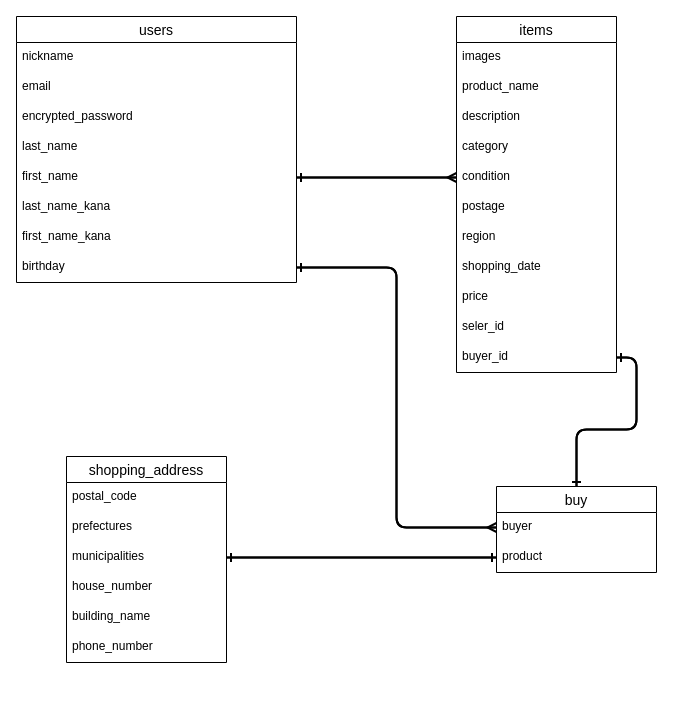
The draw.io diagram furima.dio in iganao/furima-36575, before the edit. Source tidied: cells renumbered, new cells numbered last; positions are measured from the earlier drawing's top-left corner, leaving out a move shared by most shapes. Both pictures are drawn from the tidied source at 100%, with x=0, y=0 at pixel (16, 16).
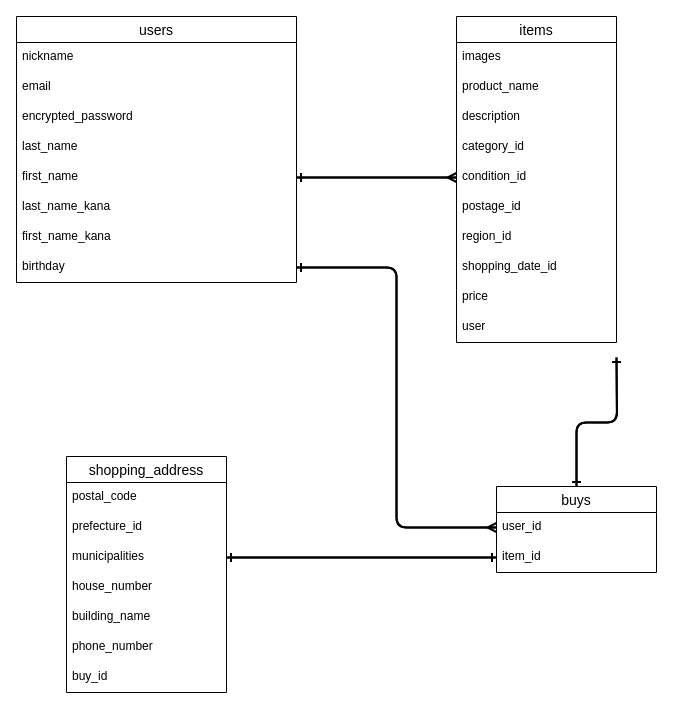
Above is the later version.

Diff of the diagram source:
```diff
@@
     <mxCell id="11" value="items" style="swimlane;fontStyle=0;horizontal=1;startSize=26;align=center;fontSize=14;" parent="1" vertex="1">
-      <mxGeometry x="440" width="160" height="356" as="geometry" />
+      <mxGeometry x="440" width="160" height="326" as="geometry" />
     </mxCell>
@@
-    <mxCell id="15" value="category" style="text;strokeColor=none;fillColor=none;spacingLeft=4;spacingRight=4;overflow=hidden;fontSize=12;" parent="11" vertex="1">
+    <mxCell id="15" value="category_id" style="text;strokeColor=none;fillColor=none;spacingLeft=4;spacingRight=4;overflow=hidden;fontSize=12;" parent="11" vertex="1">
       <mxGeometry y="116" width="160" height="30" as="geometry" />
     </mxCell>
-    <mxCell id="16" value="condition" style="text;strokeColor=none;fillColor=none;spacingLeft=4;spacingRight=4;overflow=hidden;points=[[0,0.5],[1,0.5]];portConstraint=eastwest;fontSize=12;" parent="11" vertex="1">
+    <mxCell id="16" value="condition_id" style="text;strokeColor=none;fillColor=none;spacingLeft=4;spacingRight=4;overflow=hidden;points=[[0,0.5],[1,0.5]];portConstraint=eastwest;fontSize=12;" parent="11" vertex="1">
       <mxGeometry y="146" width="160" height="30" as="geometry" />
     </mxCell>
-    <mxCell id="17" value="postage" style="text;strokeColor=none;fillColor=none;spacingLeft=4;spacingRight=4;overflow=hidden;fontSize=12;" parent="11" vertex="1">
+    <mxCell id="17" value="postage_id" style="text;strokeColor=none;fillColor=none;spacingLeft=4;spacingRight=4;overflow=hidden;fontSize=12;" parent="11" vertex="1">
       <mxGeometry y="176" width="160" height="30" as="geometry" />
     </mxCell>
-    <mxCell id="18" value="region" style="text;strokeColor=none;fillColor=none;spacingLeft=4;spacingRight=4;overflow=hidden;fontSize=12;" parent="11" vertex="1">
+    <mxCell id="18" value="region_id" style="text;strokeColor=none;fillColor=none;spacingLeft=4;spacingRight=4;overflow=hidden;fontSize=12;" parent="11" vertex="1">
       <mxGeometry y="206" width="160" height="30" as="geometry" />
     </mxCell>
-    <mxCell id="19" value="shopping_date" style="text;strokeColor=none;fillColor=none;spacingLeft=4;spacingRight=4;overflow=hidden;fontSize=12;" parent="11" vertex="1">
+    <mxCell id="19" value="shopping_date_id" style="text;strokeColor=none;fillColor=none;spacingLeft=4;spacingRight=4;overflow=hidden;fontSize=12;" parent="11" vertex="1">
       <mxGeometry y="236" width="160" height="30" as="geometry" />
     </mxCell>
@@
-    <mxCell id="21" value="seler_id" style="text;strokeColor=none;fillColor=none;spacingLeft=4;spacingRight=4;overflow=hidden;fontSize=12;" parent="11" vertex="1">
+    <mxCell id="21" value="user" style="text;strokeColor=none;fillColor=none;spacingLeft=4;spacingRight=4;overflow=hidden;fontSize=12;" parent="11" vertex="1">
       <mxGeometry y="296" width="160" height="30" as="geometry" />
     </mxCell>
-    <mxCell id="22" value="buyer_id" style="text;strokeColor=none;fillColor=none;spacingLeft=4;spacingRight=4;overflow=hidden;points=[[0,0.5],[1,0.5]];portConstraint=eastwest;fontSize=12;" parent="11" vertex="1">
-      <mxGeometry y="326" width="160" height="30" as="geometry" />
-    </mxCell>
-    <mxCell id="23" style="edgeStyle=orthogonalEdgeStyle;rounded=1;jettySize=auto;html=1;exitX=0.5;exitY=0;exitDx=0;exitDy=0;entryX=1;entryY=0.5;entryDx=0;entryDy=0;endArrow=ERone;endFill=0;strokeWidth=2;" parent="1" edge="1" source="24" target="22">
-      <mxGeometry relative="1" as="geometry" />
+    <mxCell id="23" style="edgeStyle=orthogonalEdgeStyle;rounded=1;jettySize=auto;html=1;exitX=0.5;exitY=0;exitDx=0;exitDy=0;entryX=1;entryY=0.5;entryDx=0;entryDy=0;endArrow=ERone;endFill=0;strokeWidth=2;" parent="1" edge="1" source="24">
+      <mxGeometry relative="1" as="geometry">
+        <mxPoint x="600" y="341" as="targetPoint" />
+      </mxGeometry>
     </mxCell>
-    <mxCell id="24" value="buy" style="swimlane;fontStyle=0;horizontal=1;startSize=26;align=center;fontSize=14;" parent="1" vertex="1">
+    <mxCell id="24" value="buys" style="swimlane;fontStyle=0;horizontal=1;startSize=26;align=center;fontSize=14;" parent="1" vertex="1">
       <mxGeometry x="480" y="470" width="160" height="86" as="geometry" />
     </mxCell>
-    <mxCell id="25" value="buyer" style="text;strokeColor=none;fillColor=none;spacingLeft=4;spacingRight=4;overflow=hidden;points=[[0,0.5],[1,0.5]];portConstraint=eastwest;fontSize=12;" parent="24" vertex="1">
+    <mxCell id="25" value="user_id" style="text;strokeColor=none;fillColor=none;spacingLeft=4;spacingRight=4;overflow=hidden;points=[[0,0.5],[1,0.5]];portConstraint=eastwest;fontSize=12;" parent="24" vertex="1">
       <mxGeometry y="26" width="160" height="30" as="geometry" />
     </mxCell>
-    <mxCell id="26" value="product" style="text;strokeColor=none;fillColor=none;spacingLeft=4;spacingRight=4;overflow=hidden;points=[[0,0.5],[1,0.5]];portConstraint=eastwest;fontSize=12;" parent="24" vertex="1">
+    <mxCell id="26" value="item_id" style="text;strokeColor=none;fillColor=none;spacingLeft=4;spacingRight=4;overflow=hidden;points=[[0,0.5],[1,0.5]];portConstraint=eastwest;fontSize=12;" parent="24" vertex="1">
       <mxGeometry y="56" width="160" height="30" as="geometry" />
     </mxCell>
     <mxCell id="27" value="shopping_address" style="swimlane;fontStyle=0;horizontal=1;startSize=26;align=center;fontSize=14;" parent="1" vertex="1">
-      <mxGeometry x="50" y="440" width="160" height="206" as="geometry" />
+      <mxGeometry x="50" y="440" width="160" height="236" as="geometry" />
     </mxCell>
@@
-    <mxCell id="29" value="prefectures" style="text;strokeColor=none;fillColor=none;spacingLeft=4;spacingRight=4;overflow=hidden;fontSize=12;" parent="27" vertex="1">
+    <mxCell id="29" value="prefecture_id" style="text;strokeColor=none;fillColor=none;spacingLeft=4;spacingRight=4;overflow=hidden;fontSize=12;" parent="27" vertex="1">
       <mxGeometry y="56" width="160" height="30" as="geometry" />
     </mxCell>
@@
+    <mxCell id="41" value="buy_id" style="text;strokeColor=none;fillColor=none;spacingLeft=4;spacingRight=4;overflow=hidden;fontSize=12;" parent="27" vertex="1">
+      <mxGeometry y="206" width="160" height="30" as="geometry" />
+    </mxCell>
@@
-    <mxCell id="37" style="edgeStyle=orthogonalEdgeStyle;rounded=1;jettySize=auto;html=1;exitX=1;exitY=0.5;exitDx=0;exitDy=0;endArrow=ERone;endFill=0;strokeWidth=2;" parent="1" edge="1" source="22" target="24">
-      <mxGeometry relative="1" as="geometry" />
+    <mxCell id="37" style="edgeStyle=orthogonalEdgeStyle;rounded=1;jettySize=auto;html=1;exitX=1;exitY=0.5;exitDx=0;exitDy=0;endArrow=ERone;endFill=0;strokeWidth=2;" parent="1" edge="1" target="24">
+      <mxGeometry relative="1" as="geometry">
+        <mxPoint x="600" y="341" as="sourcePoint" />
+      </mxGeometry>
     </mxCell>
```
